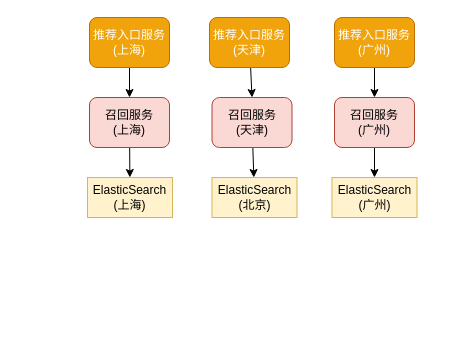
The draw.io diagram Untitled Diagram.drawio in checkking/diagrams, before the edit. Source tidied: cells renumbered, new cells numbered last; positions are measured from the earlier drawing's top-left corner, leaving out a move shared by most shapes. Both pictures are drawn from the tidied source at 100%, with x=0, y=0 at pixel (87, 17).
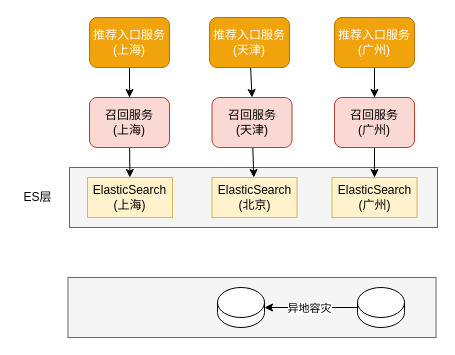
Above is the later version.

Diff of the diagram source:
```diff
@@
+    <mxCell id="17" style="rounded=0;whiteSpace=wrap;html=1;fillColor=#f5f5f5;strokeColor=#666666;fontColor=#333333;" parent="1" vertex="1">
+      <mxGeometry x="-19.5" y="260" width="368" height="60" as="geometry" />
+    </mxCell>
+    <mxCell id="18" style="rounded=0;whiteSpace=wrap;html=1;fillColor=#f5f5f5;strokeColor=#666666;fontColor=#333333;" parent="1" vertex="1">
+      <mxGeometry x="-18" y="150" width="368" height="60" as="geometry" />
+    </mxCell>
@@
+    <mxCell id="19" style="edgeStyle=orthogonalEdgeStyle;rounded=0;jettySize=auto;html=1;" parent="1" edge="1" source="21" target="23">
+      <mxGeometry relative="1" as="geometry" />
+    </mxCell>
+    <mxCell id="20" value="异地容灾" style="edgeLabel;html=1;align=center;verticalAlign=middle;" parent="19" vertex="1">
+      <mxGeometry x="0.05" y="4" relative="1" as="geometry">
+        <mxPoint y="-4" as="offset" />
+      </mxGeometry>
+    </mxCell>
+    <mxCell id="21" style="shape=cylinder3;whiteSpace=wrap;html=1;boundedLbl=1;backgroundOutline=1;size=15;" parent="1" vertex="1">
+      <mxGeometry x="270" y="270" width="47" height="40" as="geometry" />
+    </mxCell>
+    <mxCell id="22" value="ES层" style="text;html=1;align=center;verticalAlign=middle;" parent="1" vertex="1">
+      <mxGeometry x="-70" y="170" width="40" height="20" as="geometry" />
+    </mxCell>
+    <mxCell id="23" style="shape=cylinder3;whiteSpace=wrap;html=1;boundedLbl=1;backgroundOutline=1;size=15;" parent="1" vertex="1">
+      <mxGeometry x="130" y="270" width="47" height="40" as="geometry" />
+    </mxCell>
```
